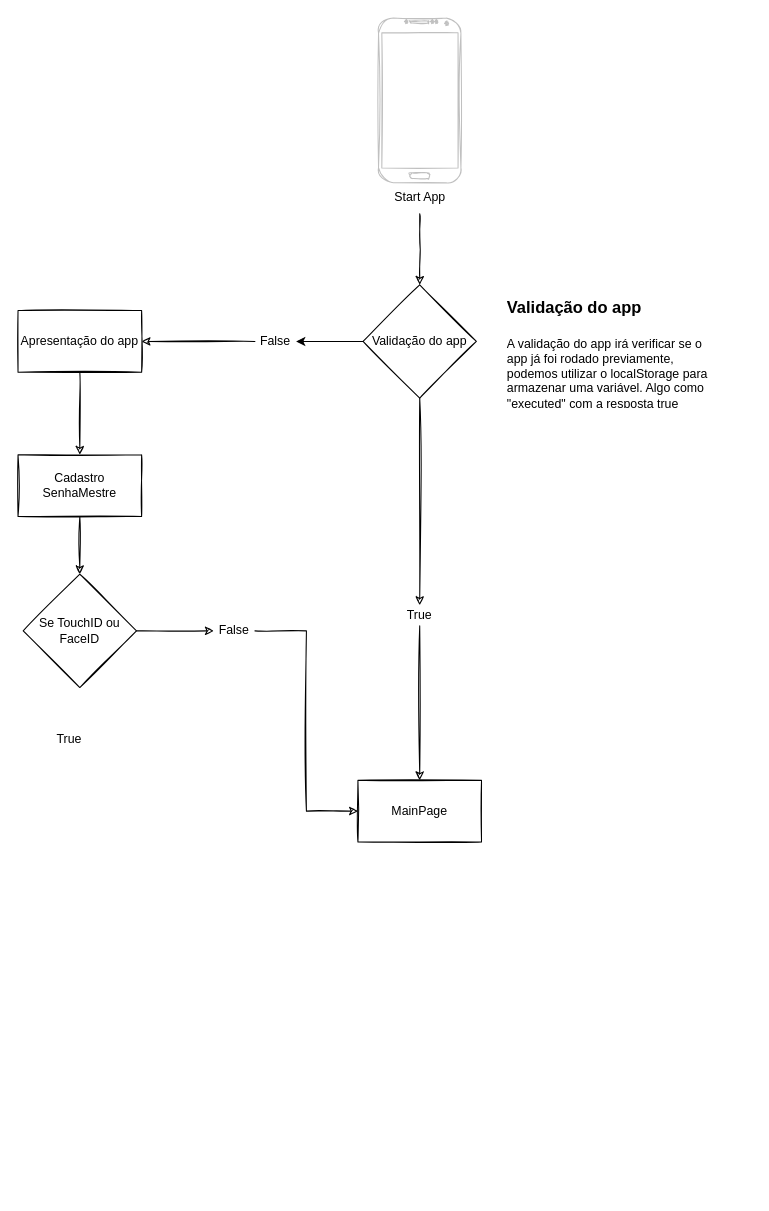
Above: UserFluxogram.drawio in darthC0de/kissManagerMobile (draw.io), before the change. Source tidied: cells renumbered, new cells numbered last; positions are measured from the earlier drawing's top-left corner, leaving out a move shared by most shapes. Both pictures are drawn from the tidied source at 103%, with x=0, y=0 at pixel (18, 18).
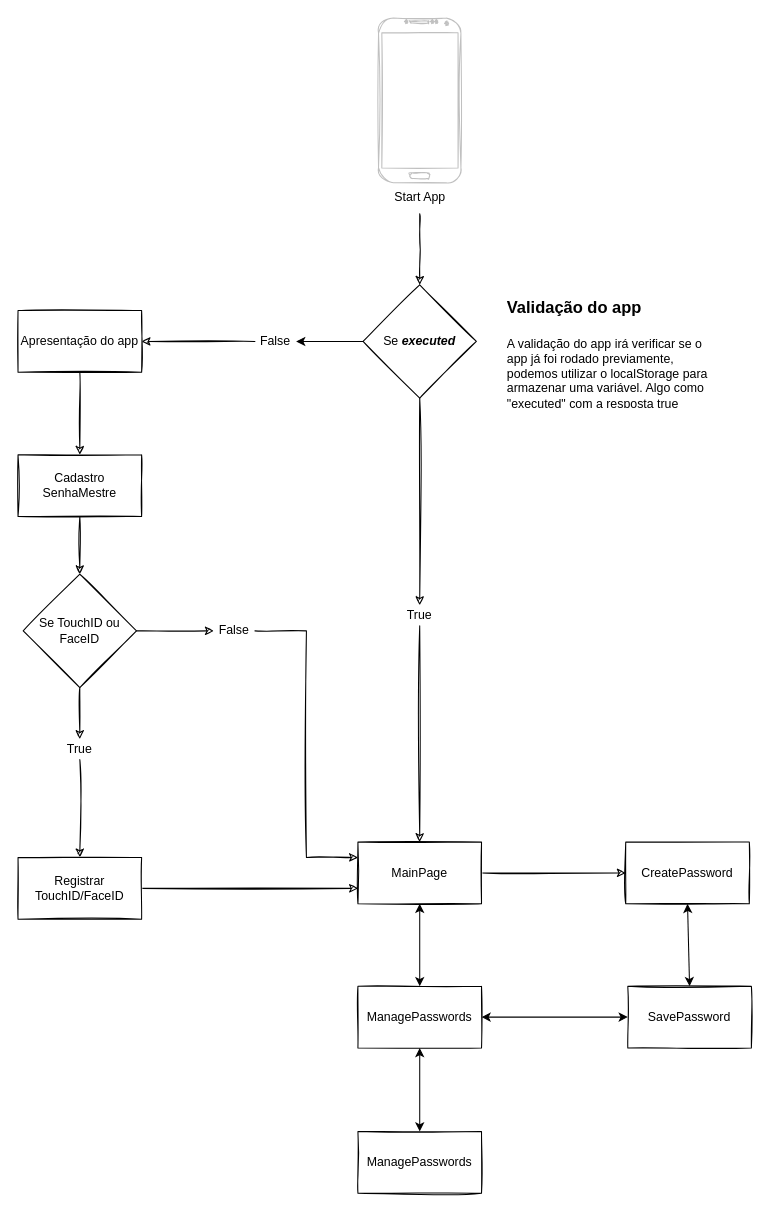
After the change.

Unchanged cells that the change refers to:
```xml
<mxCell id="18" value="Se TouchID ou FaceID" style="rhombus;whiteSpace=wrap;html=1;rounded=0;sketch=1;" parent="1" vertex="1">
  <mxGeometry x="5" y="540" width="110" height="110" as="geometry" />
</mxCell>
<mxCell id="20" value="False" style="text;html=1;strokeColor=none;fillColor=none;align=center;verticalAlign=middle;whiteSpace=wrap;rounded=0;sketch=1;" parent="1" vertex="1">
  <mxGeometry x="190" y="585" width="40" height="20" as="geometry" />
</mxCell>
```

Diff of the diagram source:
```diff
@@
-    <mxCell id="4" value="Validação do app" style="rhombus;whiteSpace=wrap;html=1;rounded=0;sketch=1;" parent="1" vertex="1">
+    <mxCell id="4" value="Se&amp;nbsp;&lt;i&gt;&lt;b&gt;executed&lt;/b&gt;&lt;/i&gt;" style="rhombus;whiteSpace=wrap;html=1;rounded=0;sketch=1;" parent="1" vertex="1">
       <mxGeometry x="335" y="259" width="110" height="110" as="geometry" />
     </mxCell>
@@
+    <mxCell id="22" style="edgeStyle=orthogonalEdgeStyle;rounded=0;sketch=1;jettySize=auto;html=1;" parent="1" edge="1" source="10" target="27">
+      <mxGeometry relative="1" as="geometry" />
+    </mxCell>
     <mxCell id="10" value="MainPage" style="whiteSpace=wrap;html=1;rounded=0;sketch=1;" parent="1" vertex="1">
-      <mxGeometry x="330" y="740" width="120" height="60" as="geometry" />
+      <mxGeometry x="330" y="800" width="120" height="60" as="geometry" />
     </mxCell>
@@
+    <mxCell id="23" style="edgeStyle=orthogonalEdgeStyle;rounded=0;sketch=1;jettySize=auto;html=1;entryX=0.5;entryY=0;entryDx=0;entryDy=0;" parent="1" edge="1" source="18" target="21">
+      <mxGeometry relative="1" as="geometry" />
+    </mxCell>
@@
-    <mxCell id="19" style="edgeStyle=orthogonalEdgeStyle;rounded=0;sketch=1;jettySize=auto;html=1;entryX=0;entryY=0.5;entryDx=0;entryDy=0;" parent="1" edge="1" source="20" target="10">
+    <mxCell id="19" style="edgeStyle=orthogonalEdgeStyle;rounded=0;sketch=1;jettySize=auto;html=1;entryX=0;entryY=0.25;entryDx=0;entryDy=0;" parent="1" edge="1" source="20" target="10">
       <mxGeometry relative="1" as="geometry" />
     </mxCell>
@@
+    <mxCell id="24" style="edgeStyle=orthogonalEdgeStyle;rounded=0;sketch=1;jettySize=auto;html=1;exitX=0.5;exitY=1;exitDx=0;exitDy=0;" parent="1" edge="1" source="21" target="26">
+      <mxGeometry relative="1" as="geometry" />
+    </mxCell>
     <mxCell id="21" value="True" style="text;html=1;strokeColor=none;fillColor=none;align=center;verticalAlign=middle;whiteSpace=wrap;rounded=0;sketch=1;" parent="1" vertex="1">
-      <mxGeometry x="30" y="690" width="40" height="20" as="geometry" />
+      <mxGeometry x="40" y="700" width="40" height="20" as="geometry" />
     </mxCell>
+    <mxCell id="25" style="edgeStyle=orthogonalEdgeStyle;rounded=0;sketch=1;jettySize=auto;html=1;entryX=0;entryY=0.75;entryDx=0;entryDy=0;" parent="1" edge="1" source="26" target="10">
+      <mxGeometry relative="1" as="geometry" />
+    </mxCell>
+    <mxCell id="26" value="Registrar TouchID/FaceID" style="whiteSpace=wrap;html=1;rounded=0;sketch=1;" parent="1" vertex="1">
+      <mxGeometry y="815" width="120" height="60" as="geometry" />
+    </mxCell>
+    <mxCell id="27" value="CreatePassword" style="whiteSpace=wrap;html=1;rounded=0;sketch=1;" parent="1" vertex="1">
+      <mxGeometry x="590" y="800" width="120" height="60" as="geometry" />
+    </mxCell>
+    <mxCell id="28" value="ManagePasswords" style="whiteSpace=wrap;html=1;rounded=0;sketch=1;" parent="1" vertex="1">
+      <mxGeometry x="330" y="940" width="120" height="60" as="geometry" />
+    </mxCell>
+    <mxCell id="29" value="SavePassword" style="whiteSpace=wrap;html=1;rounded=0;sketch=1;" parent="1" vertex="1">
+      <mxGeometry x="592" y="940" width="120" height="60" as="geometry" />
+    </mxCell>
+    <mxCell id="30" style="endArrow=classic;startArrow=classic;html=1;exitX=1;exitY=0.5;exitDx=0;exitDy=0;entryX=0;entryY=0.5;entryDx=0;entryDy=0;" parent="1" edge="1" source="28" target="29">
+      <mxGeometry relative="1" as="geometry" />
+    </mxCell>
+    <mxCell id="31" style="endArrow=classic;startArrow=classic;html=1;entryX=0.5;entryY=1;entryDx=0;entryDy=0;exitX=0.5;exitY=0;exitDx=0;exitDy=0;" parent="1" edge="1" source="28" target="10">
+      <mxGeometry relative="1" as="geometry" />
+    </mxCell>
+    <mxCell id="32" style="endArrow=classic;startArrow=classic;html=1;entryX=0.5;entryY=1;entryDx=0;entryDy=0;exitX=0.5;exitY=0;exitDx=0;exitDy=0;" parent="1" edge="1" source="29" target="27">
+      <mxGeometry relative="1" as="geometry" />
+    </mxCell>
+    <mxCell id="33" value="ManagePasswords" style="whiteSpace=wrap;html=1;rounded=0;sketch=1;" parent="1" vertex="1">
+      <mxGeometry x="330" y="1081" width="120" height="60" as="geometry" />
+    </mxCell>
+    <mxCell id="34" style="endArrow=classic;startArrow=classic;html=1;entryX=0.5;entryY=1;entryDx=0;entryDy=0;exitX=0.5;exitY=0;exitDx=0;exitDy=0;" parent="1" edge="1" source="33" target="28">
+      <mxGeometry relative="1" as="geometry" />
+    </mxCell>
```
